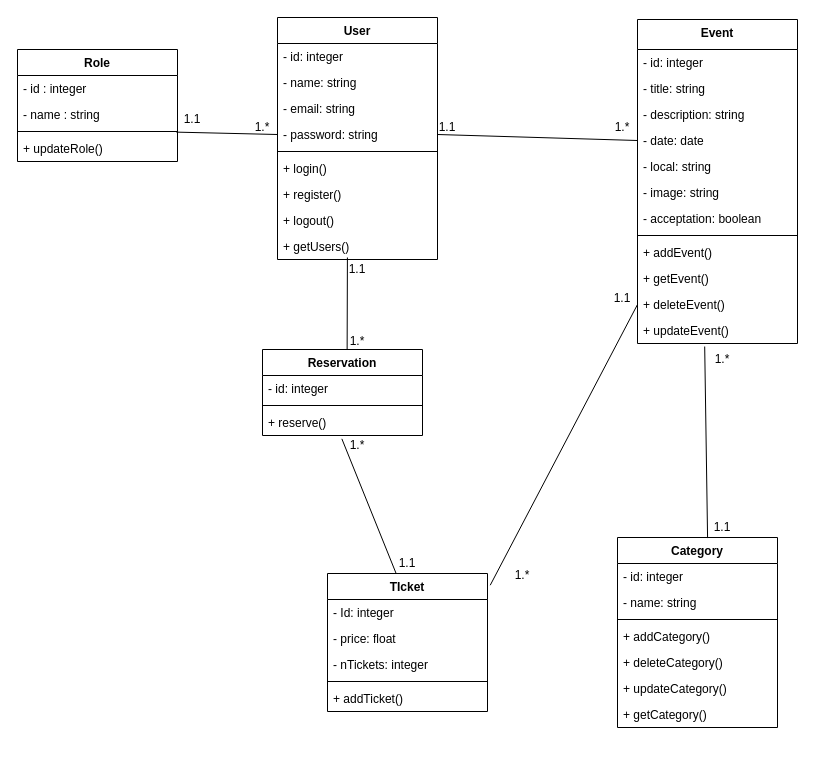
The draw.io diagram Conception/DiagrammeDeClasses.drawio in salekelfahim/Evento, before the edit. Source tidied: cells renumbered, new cells numbered last; positions are measured from the earlier drawing's top-left corner, leaving out a move shared by most shapes. Both pictures are drawn from the tidied source at 100%, with x=0, y=0 at pixel (17, 17).
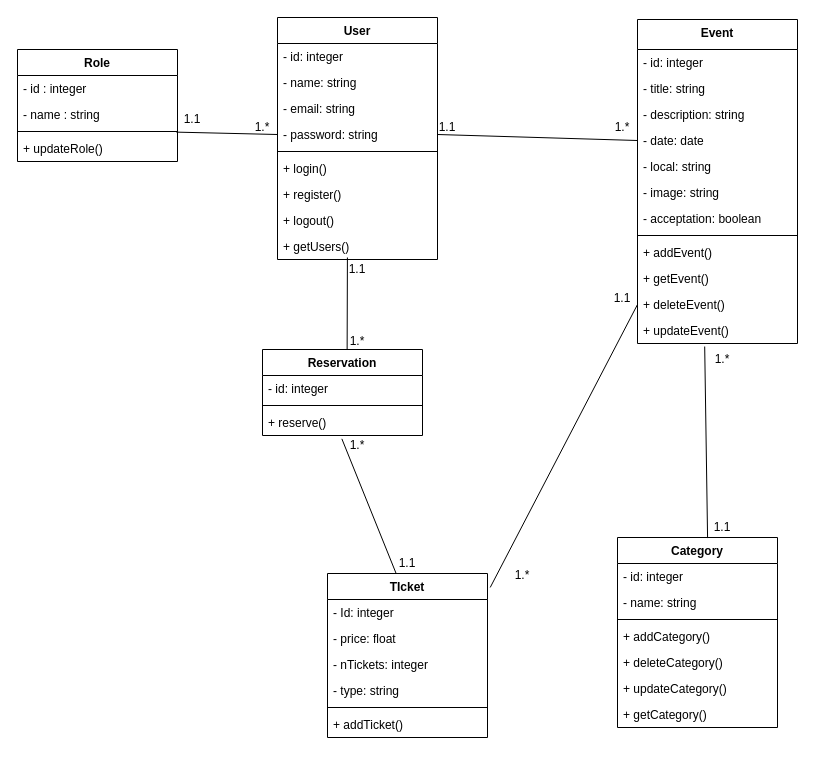
After the change.

What changed in the source:
```diff
@@
     <mxCell id="33" value="TIcket" style="swimlane;fontStyle=1;align=center;verticalAlign=top;horizontal=1;startSize=26;" parent="1" vertex="1">
-      <mxGeometry x="310" y="556" width="160" height="138" as="geometry" />
+      <mxGeometry x="310" y="556" width="160" height="164" as="geometry" />
     </mxCell>
@@
+    <mxCell id="66" value="- type: string" style="text;strokeColor=none;fillColor=none;align=left;verticalAlign=top;spacingLeft=4;spacingRight=4;overflow=hidden;" parent="33" vertex="1">
+      <mxGeometry y="104" width="160" height="26" as="geometry" />
+    </mxCell>
     <mxCell id="37" style="line;strokeWidth=1;fillColor=none;align=left;verticalAlign=middle;spacingTop=-1;spacingLeft=3;spacingRight=3;labelPosition=right;strokeColor=inherit;" parent="33" vertex="1">
-      <mxGeometry y="104" width="160" height="8" as="geometry" />
+      <mxGeometry y="130" width="160" height="8" as="geometry" />
     </mxCell>
     <mxCell id="38" value="+ addTicket()" style="text;strokeColor=none;fillColor=none;align=left;verticalAlign=top;spacingLeft=4;spacingRight=4;overflow=hidden;" parent="33" vertex="1">
-      <mxGeometry y="112" width="160" height="26" as="geometry" />
+      <mxGeometry y="138" width="160" height="26" as="geometry" />
     </mxCell>
```
